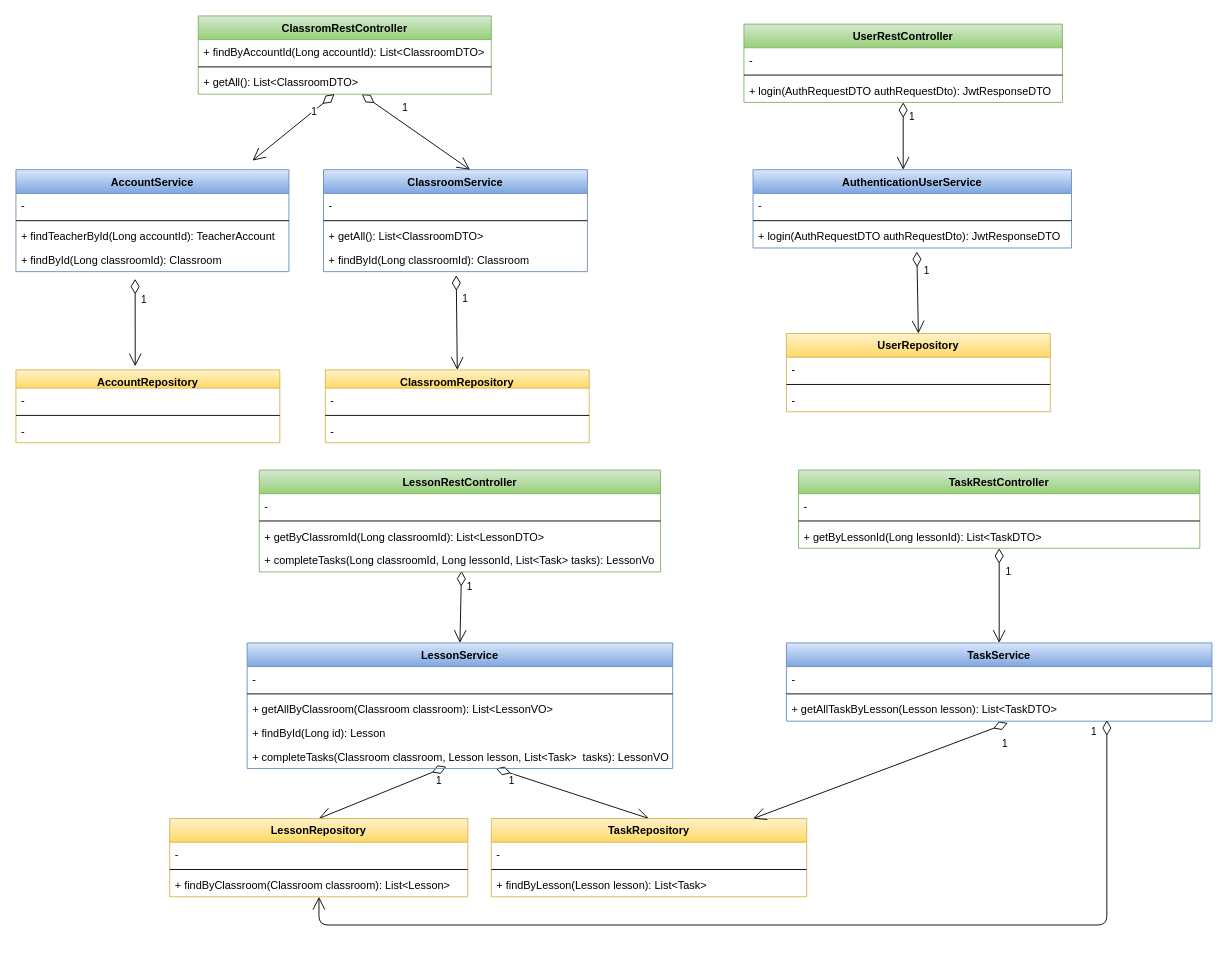
Earlier version of the draw.io diagram page "Services" (2 of 2) of doc/UML.drawio (zolezzi/VirTuAula). Source tidied: cells renumbered, new cells numbered last; positions are measured from the earlier drawing's top-left corner, leaving out a move shared by most shapes. Both pictures are drawn from the tidied source at 91%, with x=0, y=0 at pixel (15, 15).
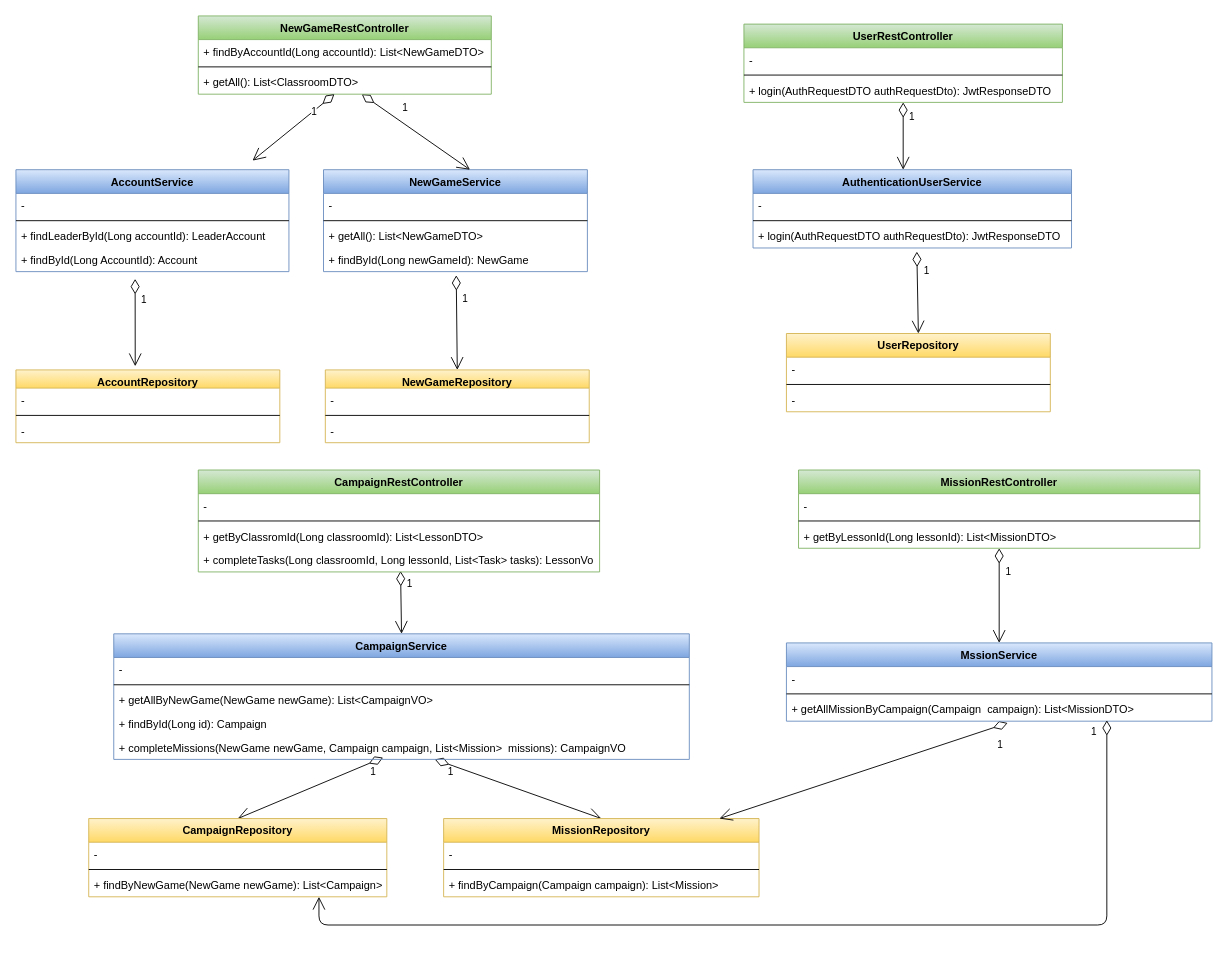
After the change.

Commit message:
Change name in diagram services

The change refers to these unchanged cells:
```xml
<mxCell id="64" value="AccountService" style="swimlane;fontStyle=1;align=center;verticalAlign=top;horizontal=1;startSize=26;fillColor=#dae8fc;strokeColor=#6c8ebf;gradientColor=#7ea6e0;" parent="1" vertex="1">
  <mxGeometry y="169" width="300" height="112" as="geometry" />
</mxCell>
```

Diff of the diagram source:
```diff
@@
-    <mxCell id="2" value="ClassroomService" style="swimlane;fontStyle=1;align=center;verticalAlign=top;horizontal=1;startSize=26;fillColor=#dae8fc;strokeColor=#6c8ebf;gradientColor=#7ea6e0;" parent="1" vertex="1">
+    <mxCell id="2" value="NewGameService" style="swimlane;fontStyle=1;align=center;verticalAlign=top;horizontal=1;startSize=26;fillColor=#dae8fc;strokeColor=#6c8ebf;gradientColor=#7ea6e0;" parent="1" vertex="1">
       <mxGeometry x="338" y="169" width="290" height="112" as="geometry" />
     </mxCell>
@@
-    <mxCell id="5" value="+ getAll(): List&lt;ClassroomDTO&gt;" style="text;strokeColor=none;fillColor=none;align=left;verticalAlign=top;spacingLeft=4;spacingRight=4;overflow=hidden;" parent="2" vertex="1">
+    <mxCell id="5" value="+ getAll(): List&lt;NewGameDTO&gt;" style="text;strokeColor=none;fillColor=none;align=left;verticalAlign=top;spacingLeft=4;spacingRight=4;overflow=hidden;" parent="2" vertex="1">
       <mxGeometry y="60" width="290" height="26" as="geometry" />
     </mxCell>
-    <mxCell id="6" value="+ findById(Long classroomId): Classroom" style="text;strokeColor=none;fillColor=none;align=left;verticalAlign=top;spacingLeft=4;spacingRight=4;overflow=hidden;points=[[0,0.5],[1,0.5]];portConstraint=eastwest;" parent="2" vertex="1">
+    <mxCell id="6" value="+ findById(Long newGameId): NewGame" style="text;strokeColor=none;fillColor=none;align=left;verticalAlign=top;spacingLeft=4;spacingRight=4;overflow=hidden;points=[[0,0.5],[1,0.5]];portConstraint=eastwest;" parent="2" vertex="1">
       <mxGeometry y="86" width="290" height="26" as="geometry" />
     </mxCell>
@@
-    <mxCell id="8" value="ClassromRestController" style="swimlane;fontStyle=1;align=center;verticalAlign=top;horizontal=1;startSize=26;fillColor=#d5e8d4;strokeColor=#82b366;gradientColor=#97d077;" parent="1" vertex="1">
+    <mxCell id="8" value="NewGameRestController" style="swimlane;fontStyle=1;align=center;verticalAlign=top;horizontal=1;startSize=26;fillColor=#d5e8d4;strokeColor=#82b366;gradientColor=#97d077;" parent="1" vertex="1">
       <mxGeometry x="200.4" width="322" height="86" as="geometry" />
     </mxCell>
-    <mxCell id="9" value="+ findByAccountId(Long accountId): List&lt;ClassroomDTO&gt;" style="text;strokeColor=none;fillColor=none;align=left;verticalAlign=top;spacingLeft=4;spacingRight=4;overflow=hidden;" parent="8" vertex="1">
+    <mxCell id="9" value="+ findByAccountId(Long accountId): List&lt;NewGameDTO&gt;" style="text;strokeColor=none;fillColor=none;align=left;verticalAlign=top;spacingLeft=4;spacingRight=4;overflow=hidden;" parent="8" vertex="1">
       <mxGeometry y="26" width="322" height="26" as="geometry" />
     </mxCell>
@@
-    <mxCell id="13" value="ClassroomRepository" style="swimlane;fontStyle=1;align=center;verticalAlign=top;horizontal=1;startSize=20;fillColor=#fff2cc;strokeColor=#d6b656;gradientColor=#ffd966;" parent="1" vertex="1">
+    <mxCell id="13" value="NewGameRepository" style="swimlane;fontStyle=1;align=center;verticalAlign=top;horizontal=1;startSize=20;fillColor=#fff2cc;strokeColor=#d6b656;gradientColor=#ffd966;" parent="1" vertex="1">
       <mxGeometry x="340" y="389" width="290" height="80" as="geometry" />
     </mxCell>
@@
-    <mxCell id="20" value="TaskRepository" style="swimlane;fontStyle=1;align=center;verticalAlign=top;horizontal=1;startSize=26;fillColor=#fff2cc;strokeColor=#d6b656;gradientColor=#ffd966;" parent="1" vertex="1">
-      <mxGeometry x="522.4" y="882" width="346.6" height="86" as="geometry" />
+    <mxCell id="20" value="MissionRepository" style="swimlane;fontStyle=1;align=center;verticalAlign=top;horizontal=1;startSize=26;fillColor=#fff2cc;strokeColor=#d6b656;gradientColor=#ffd966;" parent="1" vertex="1">
+      <mxGeometry x="470" y="882" width="346.6" height="86" as="geometry" />
     </mxCell>
@@
-    <mxCell id="23" value="+ findByLesson(Lesson lesson): List&lt;Task&gt;" style="text;strokeColor=none;fillColor=none;align=left;verticalAlign=top;spacingLeft=4;spacingRight=4;overflow=hidden;" parent="20" vertex="1">
+    <mxCell id="23" value="+ findByCampaign(Campaign campaign): List&lt;Mission&gt;" style="text;strokeColor=none;fillColor=none;align=left;verticalAlign=top;spacingLeft=4;spacingRight=4;overflow=hidden;" parent="20" vertex="1">
       <mxGeometry y="60" width="346.6" height="26" as="geometry" />
     </mxCell>
-    <mxCell id="24" value="LessonRepository" style="swimlane;fontStyle=1;align=center;verticalAlign=top;horizontal=1;startSize=26;fillColor=#fff2cc;strokeColor=#d6b656;gradientColor=#ffd966;" parent="1" vertex="1">
-      <mxGeometry x="169" y="882" width="327.6" height="86" as="geometry" />
+    <mxCell id="24" value="CampaignRepository" style="swimlane;fontStyle=1;align=center;verticalAlign=top;horizontal=1;startSize=26;fillColor=#fff2cc;strokeColor=#d6b656;gradientColor=#ffd966;" parent="1" vertex="1">
+      <mxGeometry x="80" y="882" width="327.6" height="86" as="geometry" />
     </mxCell>
@@
-    <mxCell id="27" value="+ findByClassroom(Classroom classroom): List&lt;Lesson&gt;" style="text;strokeColor=none;fillColor=none;align=left;verticalAlign=top;spacingLeft=4;spacingRight=4;overflow=hidden;" parent="24" vertex="1">
+    <mxCell id="27" value="+ findByNewGame(NewGame newGame): List&lt;Campaign&gt;" style="text;strokeColor=none;fillColor=none;align=left;verticalAlign=top;spacingLeft=4;spacingRight=4;overflow=hidden;" parent="24" vertex="1">
       <mxGeometry y="60" width="327.6" height="26" as="geometry" />
     </mxCell>
-    <mxCell id="28" value="LessonRestController" style="swimlane;fontStyle=1;align=center;verticalAlign=top;horizontal=1;startSize=26;fillColor=#d5e8d4;strokeColor=#82b366;gradientColor=#97d077;" parent="1" vertex="1">
-      <mxGeometry x="267.4" y="499" width="441" height="112" as="geometry" />
+    <mxCell id="28" value="CampaignRestController" style="swimlane;fontStyle=1;align=center;verticalAlign=top;horizontal=1;startSize=26;fillColor=#d5e8d4;strokeColor=#82b366;gradientColor=#97d077;" parent="1" vertex="1">
+      <mxGeometry x="200.4" y="499" width="441" height="112" as="geometry" />
     </mxCell>
@@
-    <mxCell id="33" value="LessonService" style="swimlane;fontStyle=1;align=center;verticalAlign=top;horizontal=1;startSize=26;fillColor=#dae8fc;strokeColor=#6c8ebf;gradientColor=#7ea6e0;" parent="1" vertex="1">
-      <mxGeometry x="254.1" y="689" width="467.6" height="138" as="geometry" />
+    <mxCell id="33" value="CampaignService" style="swimlane;fontStyle=1;align=center;verticalAlign=top;horizontal=1;startSize=26;fillColor=#dae8fc;strokeColor=#6c8ebf;gradientColor=#7ea6e0;" parent="1" vertex="1">
+      <mxGeometry x="107.5" y="679" width="632.5" height="138" as="geometry" />
     </mxCell>
     <mxCell id="34" value="-" style="text;strokeColor=none;fillColor=none;align=left;verticalAlign=top;spacingLeft=4;spacingRight=4;overflow=hidden;" parent="33" vertex="1">
-      <mxGeometry y="26" width="467.6" height="26" as="geometry" />
+      <mxGeometry y="26" width="632.5" height="26" as="geometry" />
     </mxCell>
     <mxCell id="35" style="line;strokeWidth=1;fillColor=none;align=left;verticalAlign=middle;spacingTop=-1;spacingLeft=3;spacingRight=3;labelPosition=right;" parent="33" vertex="1">
-      <mxGeometry y="52" width="467.6" height="8" as="geometry" />
+      <mxGeometry y="52" width="632.5" height="8" as="geometry" />
     </mxCell>
-    <mxCell id="36" value="+ getAllByClassroom(Classroom classroom): List&lt;LessonVO&gt;" style="text;strokeColor=none;fillColor=none;align=left;verticalAlign=top;spacingLeft=4;spacingRight=4;overflow=hidden;" parent="33" vertex="1">
-      <mxGeometry y="60" width="467.6" height="26" as="geometry" />
+    <mxCell id="36" value="+ getAllByNewGame(NewGame newGame): List&lt;CampaignVO&gt;" style="text;strokeColor=none;fillColor=none;align=left;verticalAlign=top;spacingLeft=4;spacingRight=4;overflow=hidden;" parent="33" vertex="1">
+      <mxGeometry y="60" width="632.5" height="26" as="geometry" />
     </mxCell>
-    <mxCell id="37" value="+ findById(Long id): Lesson" style="text;strokeColor=none;fillColor=none;align=left;verticalAlign=top;spacingLeft=4;spacingRight=4;overflow=hidden;" parent="33" vertex="1">
-      <mxGeometry y="86" width="467.6" height="26" as="geometry" />
+    <mxCell id="37" value="+ findById(Long id): Campaign" style="text;strokeColor=none;fillColor=none;align=left;verticalAlign=top;spacingLeft=4;spacingRight=4;overflow=hidden;" parent="33" vertex="1">
+      <mxGeometry y="86" width="632.5" height="26" as="geometry" />
     </mxCell>
-    <mxCell id="38" value="+ completeTasks(Classroom classroom, Lesson lesson, List&lt;Task&gt;  tasks): LessonVO" style="text;strokeColor=none;fillColor=none;align=left;verticalAlign=top;spacingLeft=4;spacingRight=4;overflow=hidden;points=[[0,0.5],[1,0.5]];portConstraint=eastwest;" parent="33" vertex="1">
-      <mxGeometry y="112" width="467.6" height="26" as="geometry" />
+    <mxCell id="38" value="+ completeMissions(NewGame newGame, Campaign campaign, List&lt;Mission&gt;  missions): CampaignVO" style="text;strokeColor=none;fillColor=none;align=left;verticalAlign=top;spacingLeft=4;spacingRight=4;overflow=hidden;points=[[0,0.5],[1,0.5]];portConstraint=eastwest;" parent="33" vertex="1">
+      <mxGeometry y="112" width="632.5" height="26" as="geometry" />
     </mxCell>
@@
-    <mxCell id="41" value="TaskRestController" style="swimlane;fontStyle=1;align=center;verticalAlign=top;horizontal=1;startSize=26;fillColor=#d5e8d4;strokeColor=#82b366;gradientColor=#97d077;" parent="1" vertex="1">
+    <mxCell id="41" value="MissionRestController" style="swimlane;fontStyle=1;align=center;verticalAlign=top;horizontal=1;startSize=26;fillColor=#d5e8d4;strokeColor=#82b366;gradientColor=#97d077;" parent="1" vertex="1">
       <mxGeometry x="860" y="499" width="441" height="86" as="geometry" />
     </mxCell>
@@
-    <mxCell id="44" value="+ getByLessonId(Long lessonId): List&lt;TaskDTO&gt;" style="text;strokeColor=none;fillColor=none;align=left;verticalAlign=top;spacingLeft=4;spacingRight=4;overflow=hidden;points=[[0,0.5],[1,0.5]];portConstraint=eastwest;" parent="41" vertex="1">
+    <mxCell id="44" value="+ getByLessonId(Long lessonId): List&lt;MissionDTO&gt;" style="text;strokeColor=none;fillColor=none;align=left;verticalAlign=top;spacingLeft=4;spacingRight=4;overflow=hidden;points=[[0,0.5],[1,0.5]];portConstraint=eastwest;" parent="41" vertex="1">
       <mxGeometry y="60" width="441" height="26" as="geometry" />
     </mxCell>
-    <mxCell id="45" value="TaskService" style="swimlane;fontStyle=1;align=center;verticalAlign=top;horizontal=1;startSize=26;fillColor=#dae8fc;strokeColor=#6c8ebf;gradientColor=#7ea6e0;" parent="1" vertex="1">
+    <mxCell id="45" value="MssionService" style="swimlane;fontStyle=1;align=center;verticalAlign=top;horizontal=1;startSize=26;fillColor=#dae8fc;strokeColor=#6c8ebf;gradientColor=#7ea6e0;" parent="1" vertex="1">
       <mxGeometry x="846.7" y="689" width="467.6" height="86" as="geometry" />
     </mxCell>
@@
-    <mxCell id="48" value="+ getAllTaskByLesson(Lesson lesson): List&lt;TaskDTO&gt;" style="text;strokeColor=none;fillColor=none;align=left;verticalAlign=top;spacingLeft=4;spacingRight=4;overflow=hidden;points=[[0,0.5],[1,0.5]];portConstraint=eastwest;" parent="45" vertex="1">
+    <mxCell id="48" value="+ getAllMissionByCampaign(Campaign  campaign): List&lt;MissionDTO&gt;" style="text;strokeColor=none;fillColor=none;align=left;verticalAlign=top;spacingLeft=4;spacingRight=4;overflow=hidden;points=[[0,0.5],[1,0.5]];portConstraint=eastwest;" parent="45" vertex="1">
       <mxGeometry y="60" width="467.6" height="26" as="geometry" />
     </mxCell>
@@
-    <mxCell id="67" value="+ findTeacherById(Long accountId): TeacherAccount" style="text;strokeColor=none;fillColor=none;align=left;verticalAlign=top;spacingLeft=4;spacingRight=4;overflow=hidden;" parent="64" vertex="1">
+    <mxCell id="67" value="+ findLeaderById(Long accountId): LeaderAccount" style="text;strokeColor=none;fillColor=none;align=left;verticalAlign=top;spacingLeft=4;spacingRight=4;overflow=hidden;" parent="64" vertex="1">
       <mxGeometry y="60" width="300" height="26" as="geometry" />
     </mxCell>
-    <mxCell id="68" value="+ findById(Long classroomId): Classroom" style="text;strokeColor=none;fillColor=none;align=left;verticalAlign=top;spacingLeft=4;spacingRight=4;overflow=hidden;" parent="64" vertex="1">
+    <mxCell id="68" value="+ findById(Long AccountId): Account" style="text;strokeColor=none;fillColor=none;align=left;verticalAlign=top;spacingLeft=4;spacingRight=4;overflow=hidden;" parent="64" vertex="1">
       <mxGeometry y="86" width="300" height="26" as="geometry" />
     </mxCell>
```
